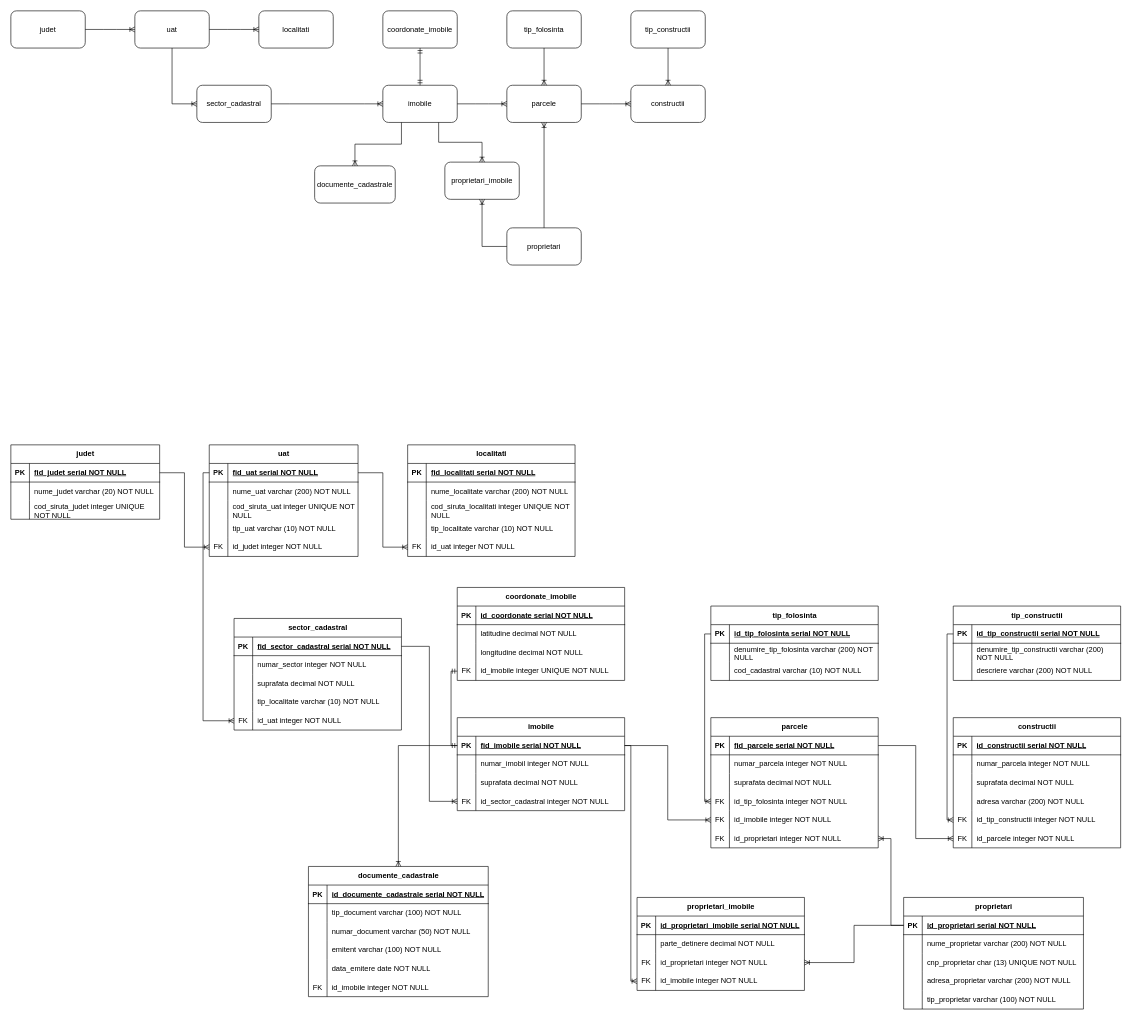
The draw.io diagram Diagramă examen.drawio in AdelaLukacs/examen_sem_I_lukacs_adela, before the edit. Source tidied: cells renumbered, new cells numbered last; positions are measured from the earlier drawing's top-left corner, leaving out a move shared by most shapes. Both pictures are drawn from the tidied source at 62%, with x=0, y=0 at pixel (11, 11).
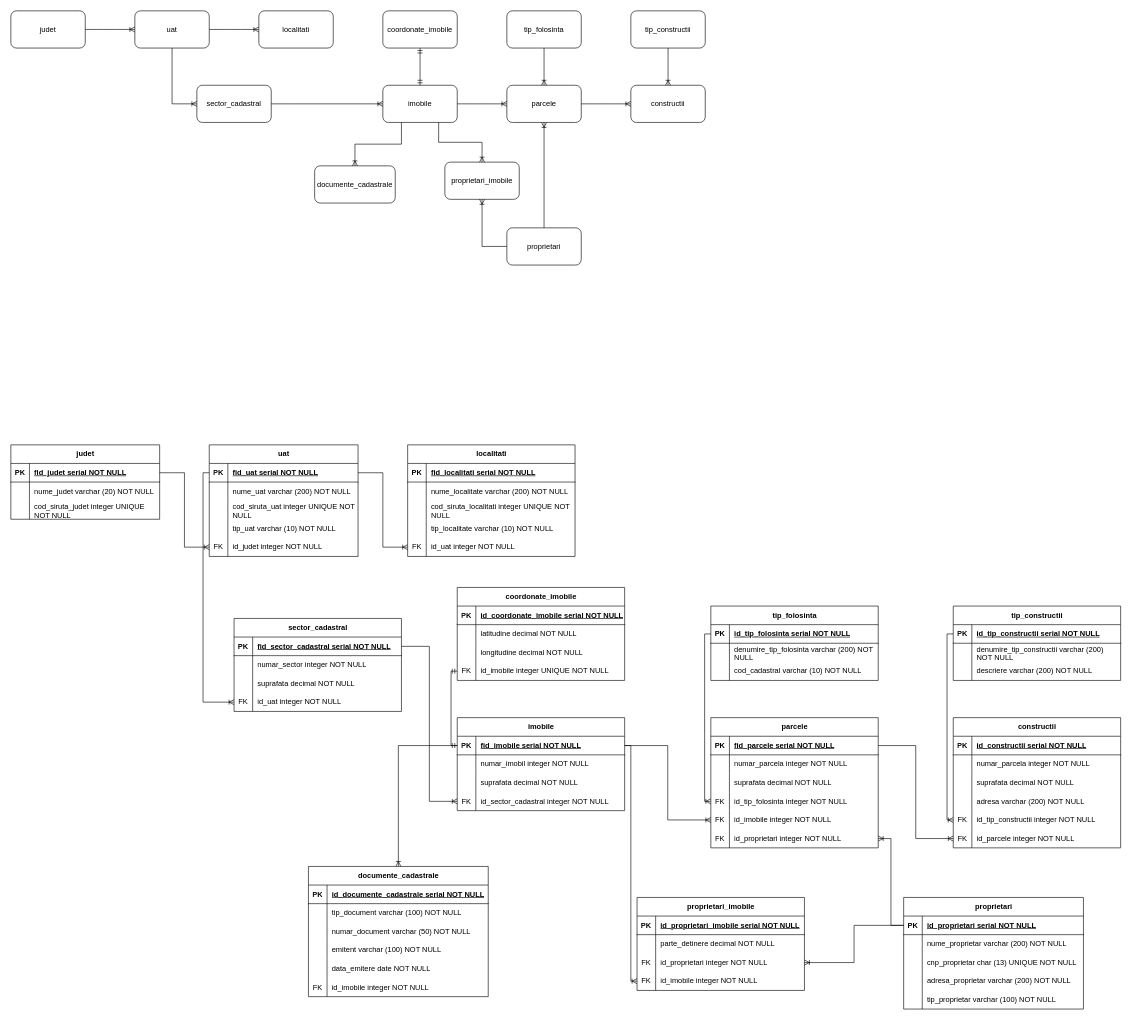
Above is the later version.

Unchanged cells that the change refers to:
```xml
<mxCell id="123" style="shape=tableRow;horizontal=0;startSize=0;swimlaneHead=0;swimlaneBody=0;fillColor=none;top=0;left=0;right=0;bottom=1;" parent="122" vertex="1">
  <mxGeometry y="30" width="270" height="30" as="geometry" />
</mxCell>
```

What changed in the source:
```diff
@@
     <mxCell id="71" value="sector_cadastral" style="shape=table;startSize=30;childLayout=tableLayout;rowLines=0;fontStyle=1;align=center;html=1;" parent="1" vertex="1">
-      <mxGeometry x="360" y="980" width="270" height="180" as="geometry" />
+      <mxGeometry x="360" y="980" width="270" height="150" as="geometry" />
     </mxCell>
@@
-    <mxCell id="81" style="shape=tableRow;horizontal=0;startSize=0;swimlaneHead=0;swimlaneBody=0;fillColor=none;top=0;left=0;right=0;bottom=0;" parent="71" vertex="1">
-      <mxGeometry y="120" width="270" height="30" as="geometry" />
-    </mxCell>
-    <mxCell id="82" style="shape=partialRectangle;fillColor=none;top=0;left=0;bottom=0;right=0;overflow=hidden;whiteSpace=wrap;html=1;" parent="81" vertex="1">
-      <mxGeometry width="30" height="30" as="geometry" />
-    </mxCell>
-    <mxCell id="83" value="tip_localitate varchar (10) NOT NULL" style="shape=partialRectangle;fillColor=none;top=0;left=0;bottom=0;right=0;align=left;spacingLeft=6;overflow=hidden;whiteSpace=wrap;html=1;" parent="81" vertex="1">
-      <mxGeometry x="30" width="240" height="30" as="geometry" />
-    </mxCell>
     <mxCell id="84" style="shape=tableRow;horizontal=0;startSize=0;swimlaneHead=0;swimlaneBody=0;fillColor=none;points=[[0,0.5],[1,0.5]];portConstraint=eastwest;top=0;left=0;right=0;bottom=0;" parent="71" vertex="1">
-      <mxGeometry y="150" width="270" height="30" as="geometry" />
+      <mxGeometry y="120" width="270" height="30" as="geometry" />
     </mxCell>
@@
-    <mxCell id="125" value="id_coordonate serial NOT NULL" style="shape=partialRectangle;fillColor=none;top=0;left=0;bottom=0;right=0;align=left;spacingLeft=6;fontStyle=5;overflow=hidden;whiteSpace=wrap;html=1;" parent="123" vertex="1">
+    <mxCell id="125" value="id_coordonate_imobile serial NOT NULL" style="shape=partialRectangle;fillColor=none;top=0;left=0;bottom=0;right=0;align=left;spacingLeft=6;fontStyle=5;overflow=hidden;whiteSpace=wrap;html=1;" parent="123" vertex="1">
       <mxGeometry x="30" width="240" height="30" as="geometry" />
     </mxCell>
```
